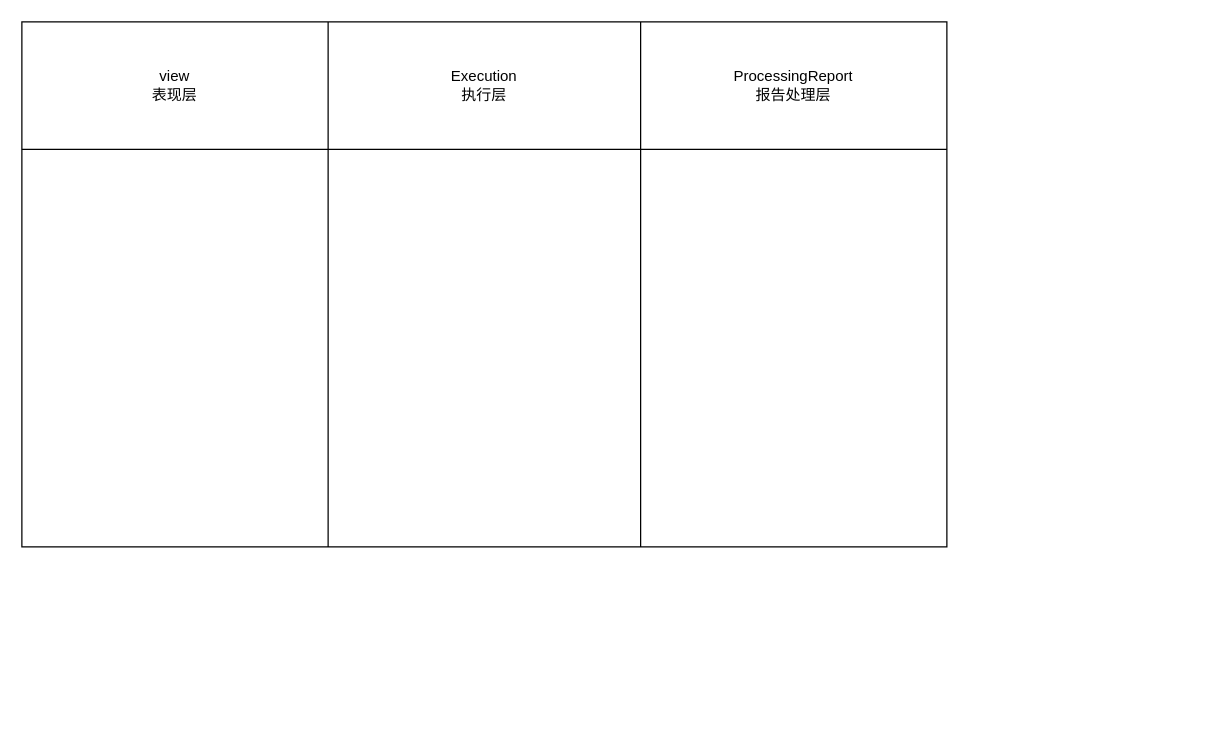
Above: 22.drawio in linjianle/Java (draw.io), before the change. Source tidied: cells renumbered, new cells numbered last; positions are measured from the earlier drawing's top-left corner, leaving out a move shared by most shapes. Both pictures are drawn from the tidied source at 125%, with x=0, y=0 at pixel (21, 21).
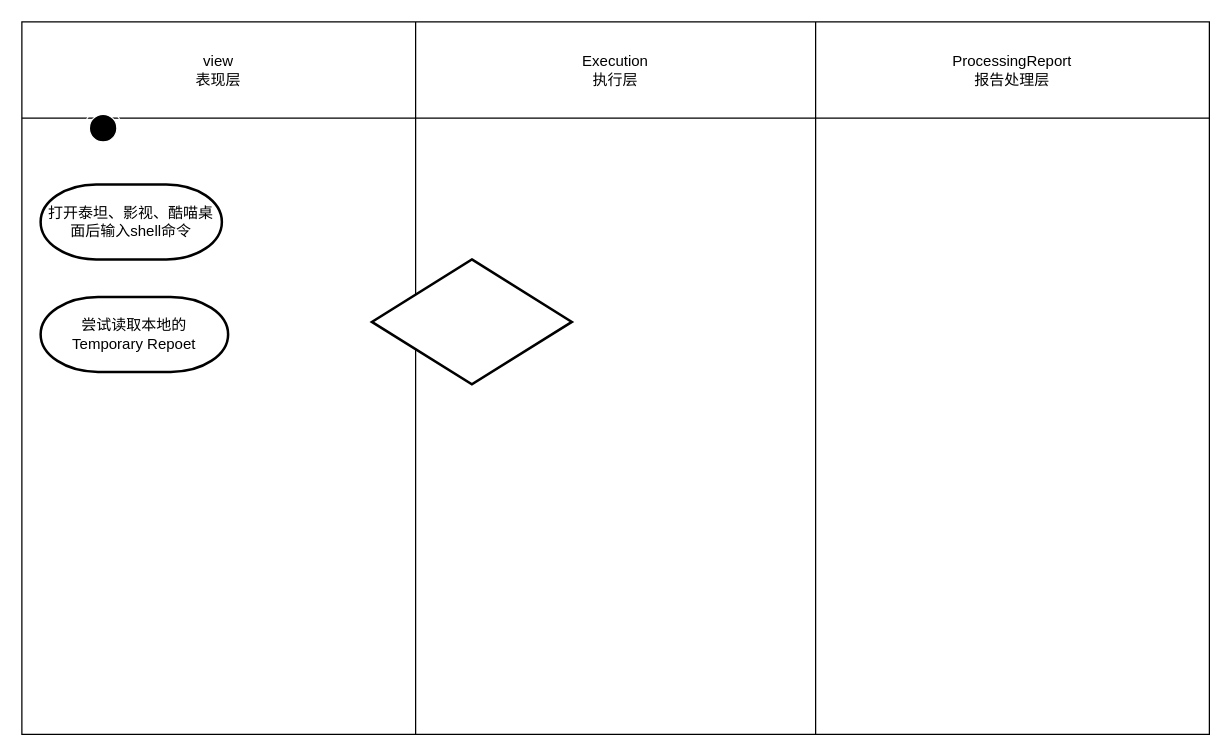
The same diagram, later.

Diff of the diagram source:
```diff
@@
 <mxGraphModel>
   <root>
     <mxCell id="0" />
     <mxCell id="1" parent="0" />
     <mxCell id="2" style="shape=table;startSize=0;childLayout=tableLayout;rounded=0;sketch=0;" parent="1" vertex="1">
-      <mxGeometry width="740" height="420" as="geometry" />
+      <mxGeometry width="950" height="570" as="geometry" />
     </mxCell>
     <mxCell id="3" style="shape=tableRow;horizontal=0;startSize=0;swimlaneHead=0;swimlaneBody=0;top=0;left=0;bottom=0;right=0;fillColor=none;rounded=0;sketch=0;" parent="2" vertex="1">
-      <mxGeometry width="740" height="102" as="geometry" />
+      <mxGeometry width="950" height="77" as="geometry" />
     </mxCell>
     <mxCell id="4" value="view&lt;br&gt;表现层&lt;br&gt;" style="shape=partialRectangle;html=1;whiteSpace=wrap;overflow=hidden;fillColor=none;top=0;left=0;bottom=0;right=0;rounded=0;sketch=0;" parent="3" vertex="1">
-      <mxGeometry width="245" height="102" as="geometry" />
+      <mxGeometry width="315" height="77" as="geometry" />
     </mxCell>
     <mxCell id="5" value="Execution&lt;br&gt;执行层&lt;br&gt;" style="shape=partialRectangle;html=1;whiteSpace=wrap;overflow=hidden;fillColor=none;top=0;left=0;bottom=0;right=0;rounded=0;sketch=0;" parent="3" vertex="1">
-      <mxGeometry x="245" width="250" height="102" as="geometry" />
+      <mxGeometry x="315" width="320" height="77" as="geometry" />
     </mxCell>
     <mxCell id="6" value="ProcessingReport&lt;br&gt;报告处理层&lt;br&gt;" style="shape=partialRectangle;html=1;whiteSpace=wrap;overflow=hidden;fillColor=none;top=0;left=0;bottom=0;right=0;rounded=0;sketch=0;" parent="3" vertex="1">
-      <mxGeometry x="495" width="245" height="102" as="geometry" />
+      <mxGeometry x="635" width="315" height="77" as="geometry" />
     </mxCell>
     <mxCell id="7" style="shape=tableRow;horizontal=0;startSize=0;swimlaneHead=0;swimlaneBody=0;top=0;left=0;bottom=0;right=0;fillColor=none;rounded=0;sketch=0;" parent="2" vertex="1">
-      <mxGeometry y="102" width="740" height="318" as="geometry" />
+      <mxGeometry y="77" width="950" height="493" as="geometry" />
     </mxCell>
     <mxCell id="8" style="shape=partialRectangle;html=1;whiteSpace=wrap;overflow=hidden;fillColor=none;top=0;left=0;bottom=0;right=0;rounded=0;sketch=0;" parent="7" vertex="1">
-      <mxGeometry width="245" height="318" as="geometry" />
+      <mxGeometry width="315" height="493" as="geometry" />
     </mxCell>
     <mxCell id="9" style="shape=partialRectangle;html=1;whiteSpace=wrap;overflow=hidden;fillColor=none;top=0;left=0;bottom=0;right=0;rounded=0;sketch=0;" parent="7" vertex="1">
-      <mxGeometry x="245" width="250" height="318" as="geometry" />
+      <mxGeometry x="315" width="320" height="493" as="geometry" />
     </mxCell>
     <mxCell id="10" style="shape=partialRectangle;html=1;whiteSpace=wrap;overflow=hidden;fillColor=none;top=0;left=0;bottom=0;right=0;rounded=0;sketch=0;" parent="7" vertex="1">
-      <mxGeometry x="495" width="245" height="318" as="geometry" />
+      <mxGeometry x="635" width="315" height="493" as="geometry" />
     </mxCell>
+    <mxCell id="11" style="ellipse;html=1;shape=endState;fillColor=#000000;strokeColor=#FFFFFF;rounded=0;sketch=0;" parent="1" vertex="1">
+      <mxGeometry x="50" y="70" width="30" height="30" as="geometry" />
+    </mxCell>
+    <mxCell id="12" value="打开泰坦、影视、酷喵桌面后输入shell命令" style="strokeWidth=2;html=1;shape=mxgraph.flowchart.terminator;whiteSpace=wrap;rounded=0;sketch=0;" parent="1" vertex="1">
+      <mxGeometry x="15" y="130" width="145" height="60" as="geometry" />
+    </mxCell>
+    <mxCell id="13" value="尝试读取本地的&lt;br&gt;Temporary Repoet&lt;br&gt;" style="strokeWidth=2;html=1;shape=mxgraph.flowchart.terminator;whiteSpace=wrap;rounded=0;sketch=0;" parent="1" vertex="1">
+      <mxGeometry x="15" y="220" width="150" height="60" as="geometry" />
+    </mxCell>
+    <mxCell id="14" style="strokeWidth=2;html=1;shape=mxgraph.flowchart.decision;whiteSpace=wrap;rounded=0;sketch=0;" parent="1" vertex="1">
+      <mxGeometry x="280" y="190" width="160" height="100" as="geometry" />
+    </mxCell>
   </root>
 </mxGraphModel>
```
